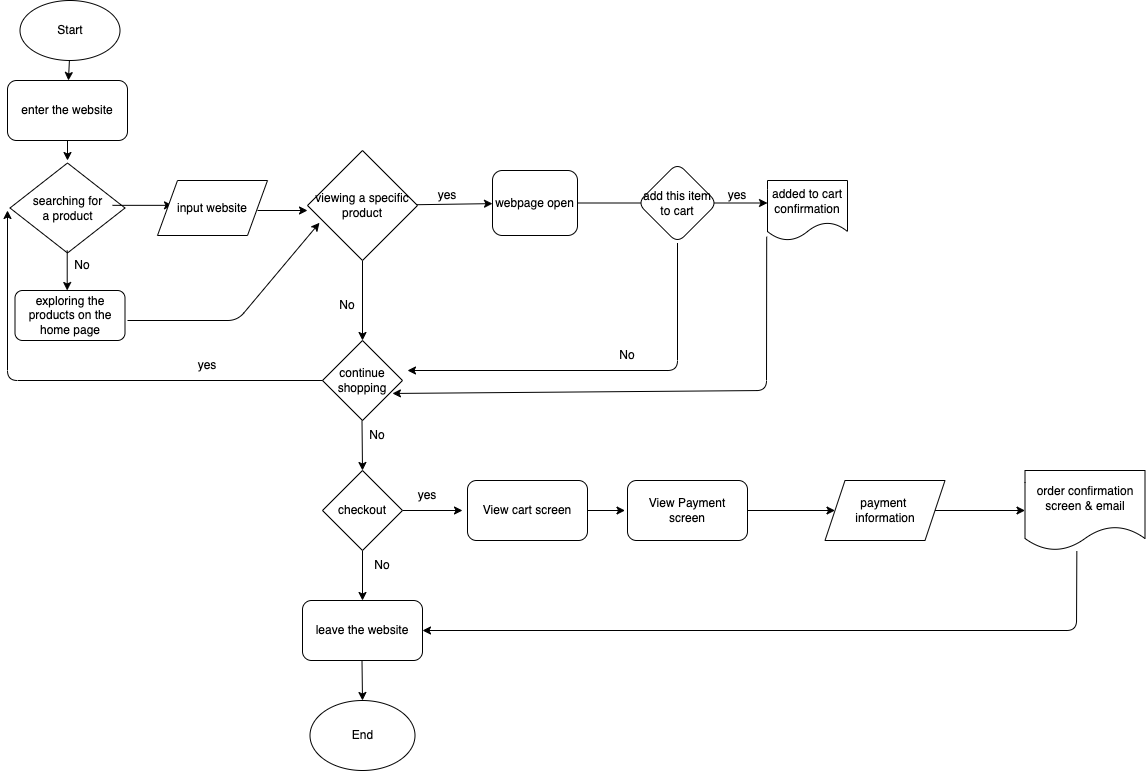
Before: explore/diagramming/diagram.drawio.png, a diagram exported from draw.io (jiaxin-yeah/fa22-cse110-lab4). Source tidied: cells renumbered, new cells last; positions are measured from the earlier drawing's top-left corner, leaving out a move shared by most shapes.
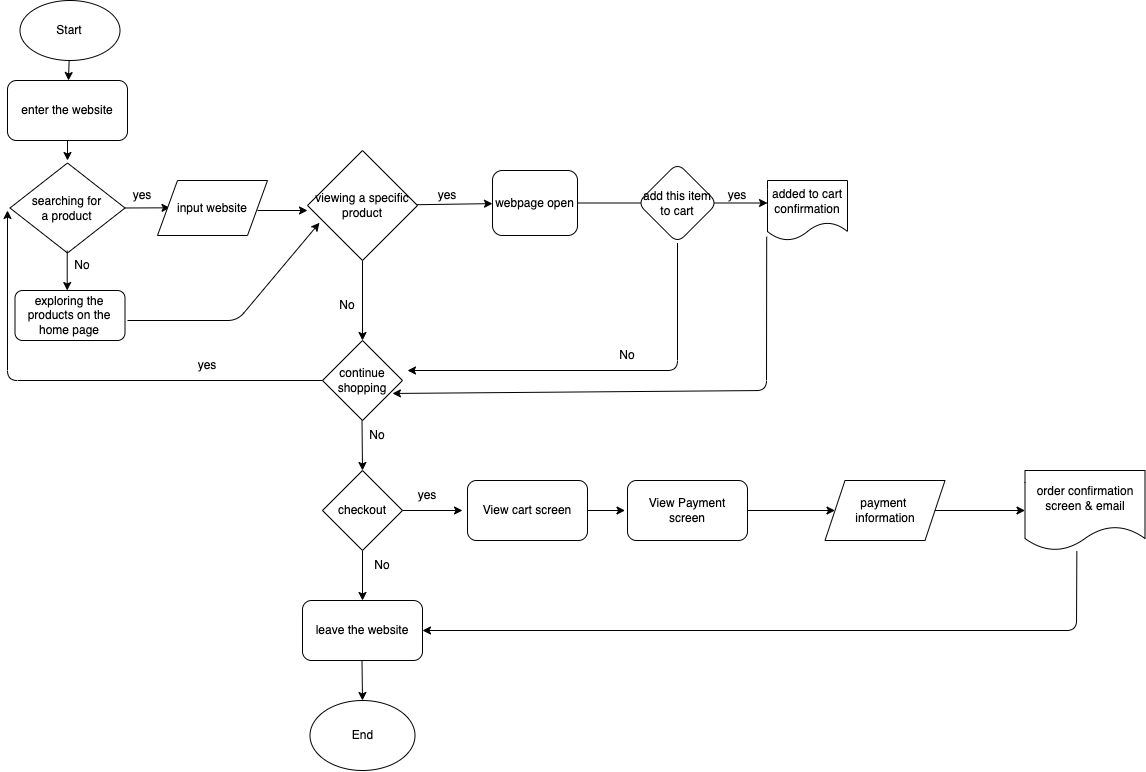
After the change.

What changed in the source:
```diff
@@ -19,8 +19,8 @@
     </mxCell>
     <mxCell id="6" style="endArrow=classic;html=1;" parent="1" edge="1">
       <mxGeometry relative="1" as="geometry">
-        <mxPoint x="105" y="204.8" as="sourcePoint" />
-        <mxPoint x="165" y="204.8" as="targetPoint" />
+        <mxPoint x="117.5" y="207.5" as="sourcePoint" />
+        <mxPoint x="162.5" y="207.3" as="targetPoint" />
       </mxGeometry>
     </mxCell>
     <mxCell id="7" value="input website" style="shape=parallelogram;perimeter=parallelogramPerimeter;whiteSpace=wrap;html=1;fixedSize=1;" parent="1" vertex="1">
@@ -192,5 +192,8 @@
     <mxCell id="47" value="View cart screen" style="rounded=1;whiteSpace=wrap;html=1;" parent="1" vertex="1">
       <mxGeometry x="460" y="480" width="120" height="60" as="geometry" />
     </mxCell>
+    <mxCell id="48" value="yes" style="text;html=1;strokeColor=none;fillColor=none;align=center;verticalAlign=middle;whiteSpace=wrap;rounded=0;" parent="1" vertex="1">
+      <mxGeometry x="105" y="180" width="60" height="30" as="geometry" />
+    </mxCell>
   </root>
 </mxGraphModel>
```
